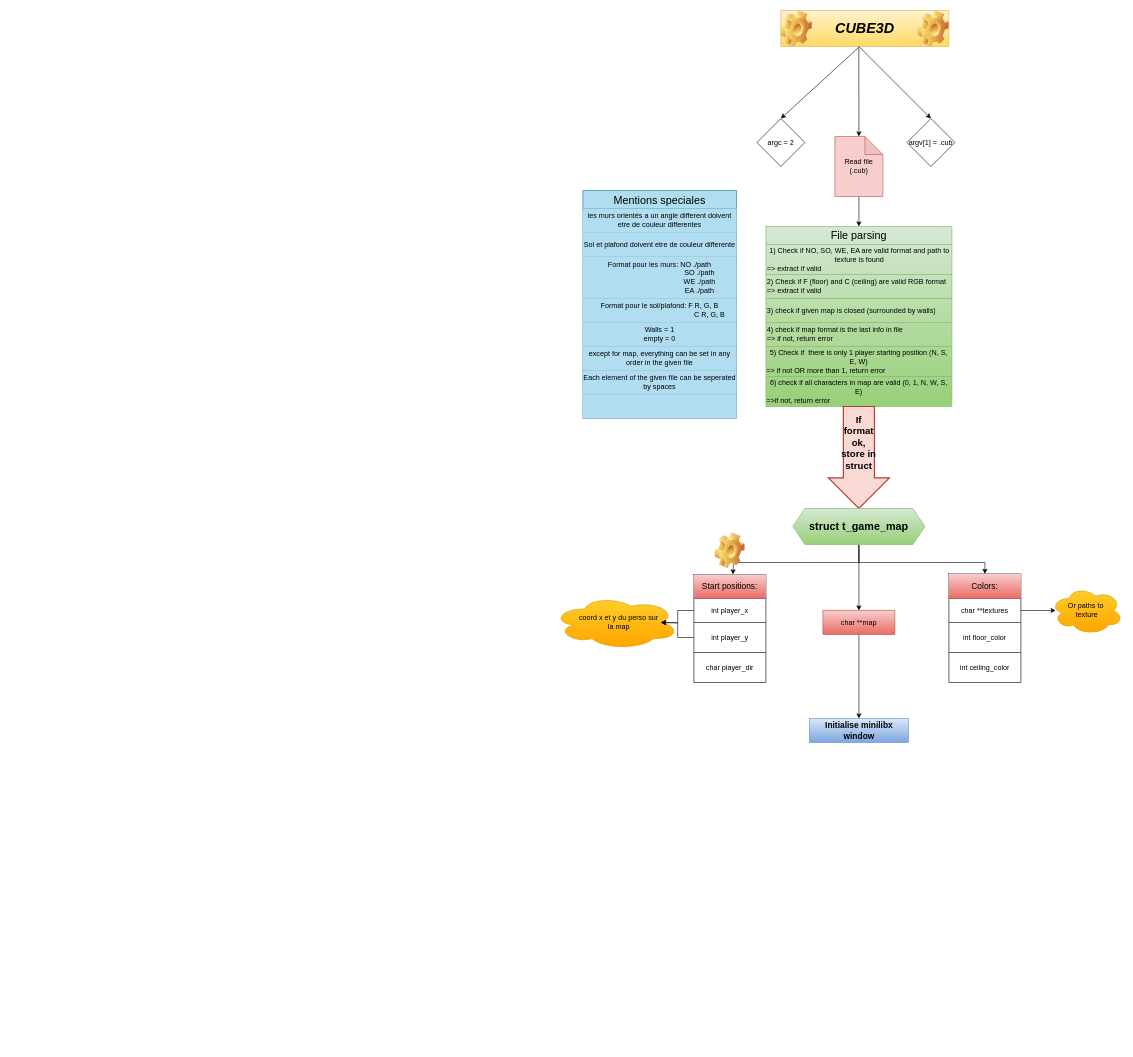
Guilhemdk/Cube3D keeps this draw.io diagram as Cube3D.drawio. Above is the earlier version. Source tidied: cells renumbered, new cells numbered last; positions are measured from the earlier drawing's top-left corner, leaving out a move shared by most shapes. Both pictures are drawn from the tidied source at 60%, with x=0, y=0 at pixel (553, 10).
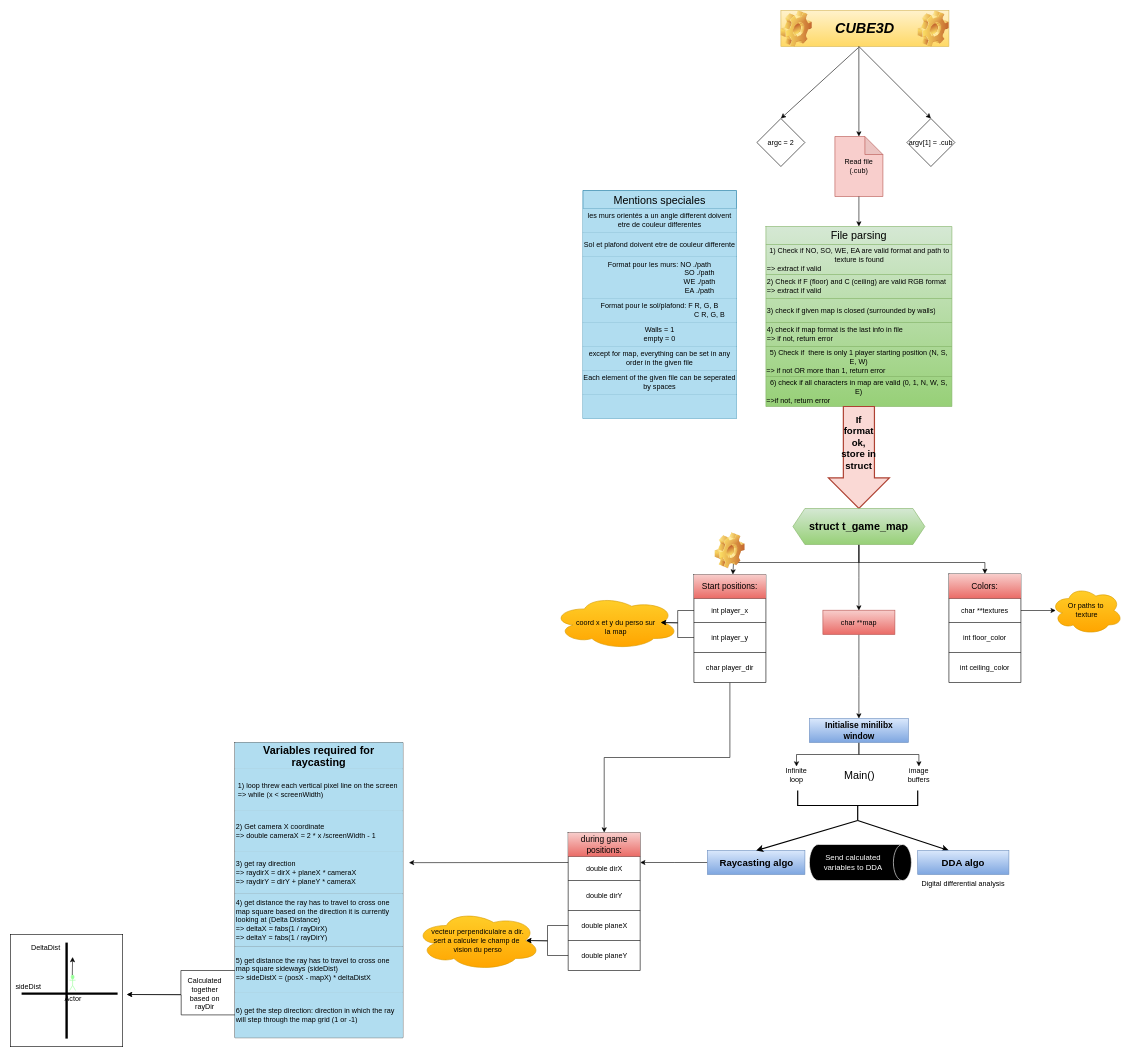
Above is the later version.

Commit message:
execuion algo

The change refers to these unchanged cells:
```xml
<mxCell id="51" style="shape=table;startSize=0;childLayout=tableLayout;" parent="1" vertex="1">
  <mxGeometry x="235" y="940" width="120" height="180" as="geometry" />
</mxCell>
<mxCell id="77" value="&lt;font style=&quot;font-size: 14px;&quot;&gt;&lt;b&gt;Initialise minilibx window&lt;br&gt;&lt;/b&gt;&lt;/font&gt;" style="rounded=0;whiteSpace=wrap;html=1;fillColor=#dae8fc;gradientColor=#7ea6e0;strokeColor=#6c8ebf;" parent="1" vertex="1">
  <mxGeometry x="427.5" y="1180" width="165" height="40" as="geometry" />
</mxCell>
```

What changed in the source:
```diff
@@
+    <mxCell id="78" style="whiteSpace=wrap;html=1;" parent="1" vertex="1">
+      <mxGeometry x="-904" y="1540" width="187" height="187" as="geometry" />
+    </mxCell>
+    <mxCell id="79" value="&lt;div&gt;vecteur perpendiculaire a dir.&lt;/div&gt;&lt;div&gt;sert a calculer le champ de&amp;nbsp;&lt;/div&gt;&lt;div&gt;vision du perso&lt;br&gt;&lt;/div&gt;" style="ellipse;shape=cloud;whiteSpace=wrap;html=1;fillColor=#ffcd28;gradientColor=#ffa500;strokeColor=#d79b00;" parent="1" vertex="1">
+      <mxGeometry x="-230" y="1500" width="210" height="100" as="geometry" />
+    </mxCell>
@@
+    <mxCell id="80" style="edgeStyle=orthogonalEdgeStyle;rounded=0;jettySize=auto;html=1;exitX=0.5;exitY=1;exitDx=0;exitDy=0;entryX=0.5;entryY=0;entryDx=0;entryDy=0;entryPerimeter=0;" parent="1" edge="1" source="51" target="89">
+      <mxGeometry relative="1" as="geometry" />
+    </mxCell>
@@
-    <mxCell id="73" value="coord x et y du perso sur la map " style="text;html=1;align=center;verticalAlign=middle;whiteSpace=wrap;rounded=0;" parent="1" vertex="1">
-      <mxGeometry x="40" y="992.1" width="140" height="55.2" as="geometry" />
-    </mxCell>
@@
+    <mxCell id="81" style="edgeStyle=orthogonalEdgeStyle;rounded=0;jettySize=auto;html=1;exitX=0.5;exitY=1;exitDx=0;exitDy=0;entryX=0.5;entryY=0;entryDx=0;entryDy=0;" parent="1" edge="1" source="77" target="83">
+      <mxGeometry relative="1" as="geometry" />
+    </mxCell>
+    <mxCell id="82" style="edgeStyle=orthogonalEdgeStyle;rounded=0;jettySize=auto;html=1;exitX=0.5;exitY=1;exitDx=0;exitDy=0;entryX=0.5;entryY=0;entryDx=0;entryDy=0;" parent="1" edge="1" source="77" target="84">
+      <mxGeometry relative="1" as="geometry" />
+    </mxCell>
@@
+    <mxCell id="83" value="Infinite loop" style="text;html=1;align=center;verticalAlign=middle;whiteSpace=wrap;rounded=0;" parent="1" vertex="1">
+      <mxGeometry x="376" y="1260" width="60" height="30" as="geometry" />
+    </mxCell>
+    <mxCell id="84" value="image buffers" style="text;html=1;align=center;verticalAlign=middle;whiteSpace=wrap;rounded=0;" parent="1" vertex="1">
+      <mxGeometry x="580" y="1260" width="60" height="30" as="geometry" />
+    </mxCell>
+    <mxCell id="85" style="edgeStyle=orthogonalEdgeStyle;rounded=0;jettySize=auto;html=1;exitX=0;exitY=0.5;exitDx=0;exitDy=0;" parent="1" edge="1" source="86">
+      <mxGeometry relative="1" as="geometry">
+        <mxPoint x="145.5" y="1420" as="targetPoint" />
+      </mxGeometry>
+    </mxCell>
+    <mxCell id="86" value="&lt;b&gt;&lt;font style=&quot;font-size: 16px;&quot;&gt;Raycasting algo&lt;br&gt;&lt;/font&gt;&lt;/b&gt;" style="rounded=0;whiteSpace=wrap;html=1;fillColor=#dae8fc;strokeColor=#6c8ebf;gradientColor=#7ea6e0;" parent="1" vertex="1">
+      <mxGeometry x="257.5" y="1400" width="162.5" height="40" as="geometry" />
+    </mxCell>
+    <mxCell id="87" value="&lt;font style=&quot;font-size: 18px;&quot;&gt;Main()&lt;/font&gt;" style="text;html=1;align=center;verticalAlign=middle;whiteSpace=wrap;rounded=0;" parent="1" vertex="1">
+      <mxGeometry x="481.2" y="1260" width="60" height="30" as="geometry" />
+    </mxCell>
+    <mxCell id="88" style="shape=table;startSize=0;childLayout=tableLayout;" parent="1" vertex="1">
+      <mxGeometry x="25.5" y="1370" width="120" height="230" as="geometry" />
+    </mxCell>
+    <mxCell id="89" style="shape=tableRow;horizontal=0;startSize=0;swimlaneHead=0;swimlaneBody=0;strokeColor=inherit;top=0;left=0;bottom=0;right=0;fillColor=none;points=[[0,0.5],[1,0.5]];portConstraint=eastwest;" parent="88" vertex="1">
+      <mxGeometry width="120" height="40" as="geometry" />
+    </mxCell>
+    <mxCell id="90" value="&lt;font style=&quot;font-size: 14px;&quot;&gt;during game positions:&lt;/font&gt;" style="shape=partialRectangle;html=1;whiteSpace=wrap;strokeColor=#b85450;overflow=hidden;fillColor=#f8cecc;top=0;left=0;bottom=0;right=0;gradientColor=#ea6b66;" parent="89" vertex="1">
+      <mxGeometry width="120" height="40" as="geometry" />
+    </mxCell>
+    <mxCell id="91" style="shape=tableRow;horizontal=0;startSize=0;swimlaneHead=0;swimlaneBody=0;strokeColor=inherit;top=0;left=0;bottom=0;right=0;fillColor=none;points=[[0,0.5],[1,0.5]];portConstraint=eastwest;" parent="88" vertex="1">
+      <mxGeometry y="40" width="120" height="40" as="geometry" />
+    </mxCell>
+    <mxCell id="92" value="double dirX" style="shape=partialRectangle;html=1;whiteSpace=wrap;strokeColor=inherit;overflow=hidden;fillColor=none;top=0;left=0;bottom=0;right=0;" parent="91" vertex="1">
+      <mxGeometry width="120" height="40" as="geometry" />
+    </mxCell>
+    <mxCell id="93" style="shape=tableRow;horizontal=0;startSize=0;swimlaneHead=0;swimlaneBody=0;strokeColor=inherit;top=0;left=0;bottom=0;right=0;fillColor=none;" parent="88" vertex="1">
+      <mxGeometry y="80" width="120" height="50" as="geometry" />
+    </mxCell>
+    <mxCell id="94" value="double dirY" style="shape=partialRectangle;html=1;whiteSpace=wrap;strokeColor=inherit;overflow=hidden;fillColor=none;top=0;left=0;bottom=0;right=0;" parent="93" vertex="1">
+      <mxGeometry width="120" height="50" as="geometry" />
+    </mxCell>
+    <mxCell id="95" style="shape=tableRow;horizontal=0;startSize=0;swimlaneHead=0;swimlaneBody=0;strokeColor=inherit;top=0;left=0;bottom=0;right=0;fillColor=none;points=[[0,0.5],[1,0.5]];portConstraint=eastwest;" parent="88" vertex="1">
+      <mxGeometry y="130" width="120" height="50" as="geometry" />
+    </mxCell>
+    <mxCell id="96" value="double planeX" style="shape=partialRectangle;html=1;whiteSpace=wrap;strokeColor=inherit;overflow=hidden;fillColor=none;top=0;left=0;bottom=0;right=0;" parent="95" vertex="1">
+      <mxGeometry width="120" height="50" as="geometry" />
+    </mxCell>
+    <mxCell id="97" style="shape=tableRow;horizontal=0;startSize=0;swimlaneHead=0;swimlaneBody=0;strokeColor=inherit;top=0;left=0;bottom=0;right=0;fillColor=none;points=[[0,0.5],[1,0.5]];portConstraint=eastwest;" parent="88" vertex="1">
+      <mxGeometry y="180" width="120" height="50" as="geometry" />
+    </mxCell>
+    <mxCell id="98" value="double planeY" style="shape=partialRectangle;html=1;whiteSpace=wrap;strokeColor=inherit;overflow=hidden;fillColor=none;top=0;left=0;bottom=0;right=0;" parent="97" vertex="1">
+      <mxGeometry width="120" height="50" as="geometry" />
+    </mxCell>
+    <mxCell id="99" style="edgeStyle=orthogonalEdgeStyle;rounded=0;jettySize=auto;html=1;exitX=0;exitY=0.5;exitDx=0;exitDy=0;" parent="1" edge="1" source="95">
+      <mxGeometry relative="1" as="geometry">
+        <mxPoint x="-44.5" y="1550" as="targetPoint" />
+      </mxGeometry>
+    </mxCell>
+    <mxCell id="100" style="edgeStyle=orthogonalEdgeStyle;rounded=0;jettySize=auto;html=1;exitX=0;exitY=0.5;exitDx=0;exitDy=0;" parent="1" edge="1" source="97">
+      <mxGeometry relative="1" as="geometry">
+        <mxPoint x="-44.5" y="1550" as="targetPoint" />
+      </mxGeometry>
+    </mxCell>
+    <mxCell id="73" value="coord x et y du perso sur la map " style="text;html=1;align=center;verticalAlign=middle;whiteSpace=wrap;rounded=0;" parent="1" vertex="1">
+      <mxGeometry x="35" y="999.5" width="140" height="55.2" as="geometry" />
+    </mxCell>
+    <mxCell id="101" style="endArrow=classic;html=1;rounded=0;exitX=0;exitY=0.25;exitDx=0;exitDy=0;exitPerimeter=0;entryX=1.036;entryY=0.407;entryDx=0;entryDy=0;entryPerimeter=0;" parent="1" edge="1" source="91" target="102">
+      <mxGeometry relative="1" as="geometry" />
+    </mxCell>
+    <mxCell id="102" style="shape=table;startSize=0;childLayout=tableLayout;" parent="1" vertex="1">
+      <mxGeometry x="-530" y="1220" width="280" height="492" as="geometry" />
+    </mxCell>
+    <mxCell id="103" style="shape=tableRow;horizontal=0;startSize=0;swimlaneHead=0;swimlaneBody=0;strokeColor=inherit;top=0;left=0;bottom=0;right=0;fillColor=#B1DDF0;" parent="102" vertex="1">
+      <mxGeometry width="280" height="44" as="geometry" />
+    </mxCell>
+    <mxCell id="104" value="&lt;font style=&quot;font-size: 18px;&quot;&gt;&lt;b&gt;Variables required for raycasting&lt;br&gt;&lt;/b&gt;&lt;/font&gt;" style="shape=partialRectangle;html=1;whiteSpace=wrap;strokeColor=inherit;overflow=hidden;fillColor=none;top=0;left=0;bottom=0;right=0;" parent="103" vertex="1">
+      <mxGeometry width="280" height="44" as="geometry" />
+    </mxCell>
+    <mxCell id="105" style="shape=tableRow;horizontal=0;startSize=0;swimlaneHead=0;swimlaneBody=0;strokeColor=inherit;top=0;left=0;bottom=0;right=0;fillColor=none;" parent="102" vertex="1">
+      <mxGeometry y="44" width="280" height="70" as="geometry" />
+    </mxCell>
+    <mxCell id="106" value="&lt;div align=&quot;left&quot;&gt;1) loop threw each vertical pixel line on the screen&amp;nbsp;&lt;/div&gt;&lt;div align=&quot;left&quot;&gt;=&amp;gt; while (x &amp;lt; screenWidth)&lt;/div&gt;" style="shape=partialRectangle;html=1;whiteSpace=wrap;strokeColor=inherit;overflow=hidden;fillColor=#B1DDF0;top=0;left=0;bottom=0;right=0;" parent="105" vertex="1">
+      <mxGeometry width="280" height="70" as="geometry" />
+    </mxCell>
+    <mxCell id="107" style="shape=tableRow;horizontal=0;startSize=0;swimlaneHead=0;swimlaneBody=0;strokeColor=inherit;top=0;left=0;bottom=0;right=0;fillColor=none;" parent="102" vertex="1">
+      <mxGeometry y="114" width="280" height="67" as="geometry" />
+    </mxCell>
+    <mxCell id="108" value="&lt;div align=&quot;left&quot;&gt;2) Get camera X coordinate&amp;nbsp;&amp;nbsp;&amp;nbsp;&amp;nbsp;&amp;nbsp;&lt;/div&gt;&lt;div align=&quot;left&quot;&gt;=&amp;gt; double cameraX = 2 * x /screenWidth - 1&lt;/div&gt;" style="shape=partialRectangle;html=1;whiteSpace=wrap;strokeColor=inherit;overflow=hidden;fillColor=#B1DDF0;top=0;left=0;bottom=0;right=0;align=left;" parent="107" vertex="1">
+      <mxGeometry width="280" height="67" as="geometry" />
+    </mxCell>
+    <mxCell id="109" style="shape=tableRow;horizontal=0;startSize=0;swimlaneHead=0;swimlaneBody=0;strokeColor=inherit;top=0;left=0;bottom=0;right=0;fillColor=none;" parent="102" vertex="1">
+      <mxGeometry y="181" width="280" height="71" as="geometry" />
+    </mxCell>
+    <mxCell id="110" value="&lt;div&gt;3) get ray direction&lt;/div&gt;&lt;div&gt;=&amp;gt; raydirX = dirX + planeX * cameraX&lt;/div&gt;&lt;div&gt;=&amp;gt; raydirY = dirY + planeY * cameraX&lt;/div&gt;" style="shape=partialRectangle;html=1;whiteSpace=wrap;strokeColor=inherit;overflow=hidden;fillColor=#B1DDF0;top=0;left=0;bottom=0;right=0;align=left;" parent="109" vertex="1">
+      <mxGeometry width="280" height="71" as="geometry" />
+    </mxCell>
+    <mxCell id="111" style="shape=tableRow;horizontal=0;startSize=0;swimlaneHead=0;swimlaneBody=0;strokeColor=inherit;top=0;left=0;bottom=0;right=0;fillColor=none;" parent="102" vertex="1">
+      <mxGeometry y="252" width="280" height="88" as="geometry" />
+    </mxCell>
+    <mxCell id="112" value="&lt;div&gt;4) get distance the ray has to travel to cross one map square based on the direction it is currently looking at (Delta Distance)&lt;/div&gt;&lt;div&gt;=&amp;gt; deltaX = fabs(1 / rayDirX)&lt;/div&gt;&lt;div&gt;=&amp;gt; deltaY = fabs(1 / rayDirY)&lt;br&gt;&lt;/div&gt;" style="shape=partialRectangle;html=1;whiteSpace=wrap;strokeColor=inherit;overflow=hidden;fillColor=#B1DDF0;top=0;left=0;bottom=0;right=0;align=left;" parent="111" vertex="1">
+      <mxGeometry width="280" height="88" as="geometry" />
+    </mxCell>
+    <mxCell id="113" style="shape=tableRow;horizontal=0;startSize=0;swimlaneHead=0;swimlaneBody=0;strokeColor=inherit;top=0;left=0;bottom=0;right=0;fillColor=none;" parent="102" vertex="1">
+      <mxGeometry y="340" width="280" height="76" as="geometry" />
+    </mxCell>
+    <mxCell id="114" value="&lt;div&gt;5) get distance the ray has to travel to cross one map square sideways (sideDist)&lt;/div&gt;&lt;div&gt;=&amp;gt; sideDistX = (posX - mapX) * deltaDistX&lt;br&gt;&lt;/div&gt;" style="shape=partialRectangle;html=1;whiteSpace=wrap;strokeColor=inherit;overflow=hidden;fillColor=#B1DDF0;top=0;left=0;bottom=0;right=0;align=left;" parent="113" vertex="1">
+      <mxGeometry width="280" height="76" as="geometry" />
+    </mxCell>
+    <mxCell id="115" style="shape=tableRow;horizontal=0;startSize=0;swimlaneHead=0;swimlaneBody=0;strokeColor=inherit;top=0;left=0;bottom=0;right=0;fillColor=none;points=[[0,0.5],[1,0.5]];portConstraint=eastwest;" parent="102" vertex="1">
+      <mxGeometry y="416" width="280" height="76" as="geometry" />
+    </mxCell>
+    <mxCell id="116" value="6) get the step direction: direction in which the ray will step through the map grid (1 or -1)" style="shape=partialRectangle;html=1;whiteSpace=wrap;strokeColor=inherit;overflow=hidden;fillColor=#B1DDF0;top=0;left=0;bottom=0;right=0;align=left;" parent="115" vertex="1">
+      <mxGeometry width="280" height="76" as="geometry" />
+    </mxCell>
+    <mxCell id="117" style="endArrow=classic;html=1;rounded=0;exitX=0;exitY=0.5;exitDx=0;exitDy=0;exitPerimeter=0;entryX=0.5;entryY=0;entryDx=0;entryDy=0;strokeWidth=2;" parent="1" edge="1" source="118" target="86">
+      <mxGeometry relative="1" as="geometry" />
+    </mxCell>
+    <mxCell id="118" style="strokeWidth=2;html=1;shape=mxgraph.flowchart.annotation_2;align=left;labelPosition=right;direction=north;" parent="1" vertex="1">
+      <mxGeometry x="408" y="1300" width="200" height="50" as="geometry" />
+    </mxCell>
+    <mxCell id="119" style="endArrow=classic;html=1;rounded=0;exitX=0;exitY=0.5;exitDx=0;exitDy=0;exitPerimeter=0;strokeWidth=2;" parent="1" edge="1" source="118">
+      <mxGeometry relative="1" as="geometry">
+        <mxPoint x="660" y="1400.1" as="targetPoint" />
+      </mxGeometry>
+    </mxCell>
+    <mxCell id="120" style="line;strokeWidth=4;html=1;perimeter=backbonePerimeter;" parent="1" vertex="1">
+      <mxGeometry x="-885.5" y="1633.5" width="160" height="10" as="geometry" />
+    </mxCell>
+    <mxCell id="121" style="line;strokeWidth=4;html=1;perimeter=backbonePerimeter;direction=south;" parent="1" vertex="1">
+      <mxGeometry x="-815.5" y="1553.5" width="10" height="160" as="geometry" />
+    </mxCell>
+    <mxCell id="122" value="Actor" style="shape=umlActor;verticalLabelPosition=bottom;verticalAlign=top;html=1;fillColor=#99FF99;strokeColor=#99FF99;" parent="1" vertex="1">
+      <mxGeometry x="-805.5" y="1607.5" width="10" height="26" as="geometry" />
+    </mxCell>
+    <mxCell id="123" style="endArrow=classic;html=1;rounded=0;" parent="1" edge="1">
+      <mxGeometry relative="1" as="geometry">
+        <mxPoint x="-801" y="1607.5" as="sourcePoint" />
+        <mxPoint x="-800.5" y="1577.5" as="targetPoint" />
+      </mxGeometry>
+    </mxCell>
+    <mxCell id="124" value="sideDist" style="text;html=1;align=center;verticalAlign=middle;whiteSpace=wrap;rounded=0;" parent="1" vertex="1">
+      <mxGeometry x="-904" y="1612.5" width="60" height="30" as="geometry" />
+    </mxCell>
+    <mxCell id="125" value="DeltaDist" style="text;html=1;align=center;verticalAlign=middle;whiteSpace=wrap;rounded=0;" parent="1" vertex="1">
+      <mxGeometry x="-875.5" y="1547.5" width="60" height="30" as="geometry" />
+    </mxCell>
+    <mxCell id="126" style="endArrow=classic;html=1;rounded=0;" parent="1" edge="1">
+      <mxGeometry relative="1" as="geometry">
+        <mxPoint x="-530" y="1600" as="sourcePoint" />
+        <mxPoint x="-710" y="1640" as="targetPoint" />
+        <Array as="points">
+          <mxPoint x="-620" y="1600" />
+          <mxPoint x="-620" y="1640" />
+        </Array>
+      </mxGeometry>
+    </mxCell>
+    <mxCell id="127" style="edgeStyle=orthogonalEdgeStyle;rounded=0;jettySize=auto;html=1;exitX=0;exitY=0.5;exitDx=0;exitDy=0;" parent="1" edge="1" source="115">
+      <mxGeometry relative="1" as="geometry">
+        <mxPoint x="-710" y="1640" as="targetPoint" />
+      </mxGeometry>
+    </mxCell>
+    <mxCell id="128" value="Calculated together based on rayDir" style="text;html=1;align=center;verticalAlign=middle;whiteSpace=wrap;rounded=0;" parent="1" vertex="1">
+      <mxGeometry x="-610" y="1623.5" width="60" height="30" as="geometry" />
+    </mxCell>
+    <mxCell id="129" value="&lt;b style=&quot;font-size: 16px;&quot;&gt;DDA algo&lt;br&gt;&lt;/b&gt;" style="rounded=0;whiteSpace=wrap;html=1;fillColor=#dae8fc;gradientColor=#7ea6e0;strokeColor=#6c8ebf;" parent="1" vertex="1">
+      <mxGeometry x="608" y="1400" width="152" height="40" as="geometry" />
+    </mxCell>
+    <mxCell id="130" value="&lt;font color=&quot;#ffffff&quot; style=&quot;font-size: 13px;&quot;&gt;Send calculated variables to DDA&lt;/font&gt;" style="shape=cylinder3;whiteSpace=wrap;html=1;boundedLbl=1;backgroundOutline=1;size=15;direction=south;fillColor=#000000;strokeColor=#FFFFFF;" parent="1" vertex="1">
+      <mxGeometry x="427.5" y="1390" width="170" height="60" as="geometry" />
+    </mxCell>
+    <mxCell id="131" value="Digital differential analysis" style="text;html=1;align=center;verticalAlign=middle;whiteSpace=wrap;rounded=0;" parent="1" vertex="1">
+      <mxGeometry x="608" y="1440" width="152" height="30" as="geometry" />
+    </mxCell>
```
